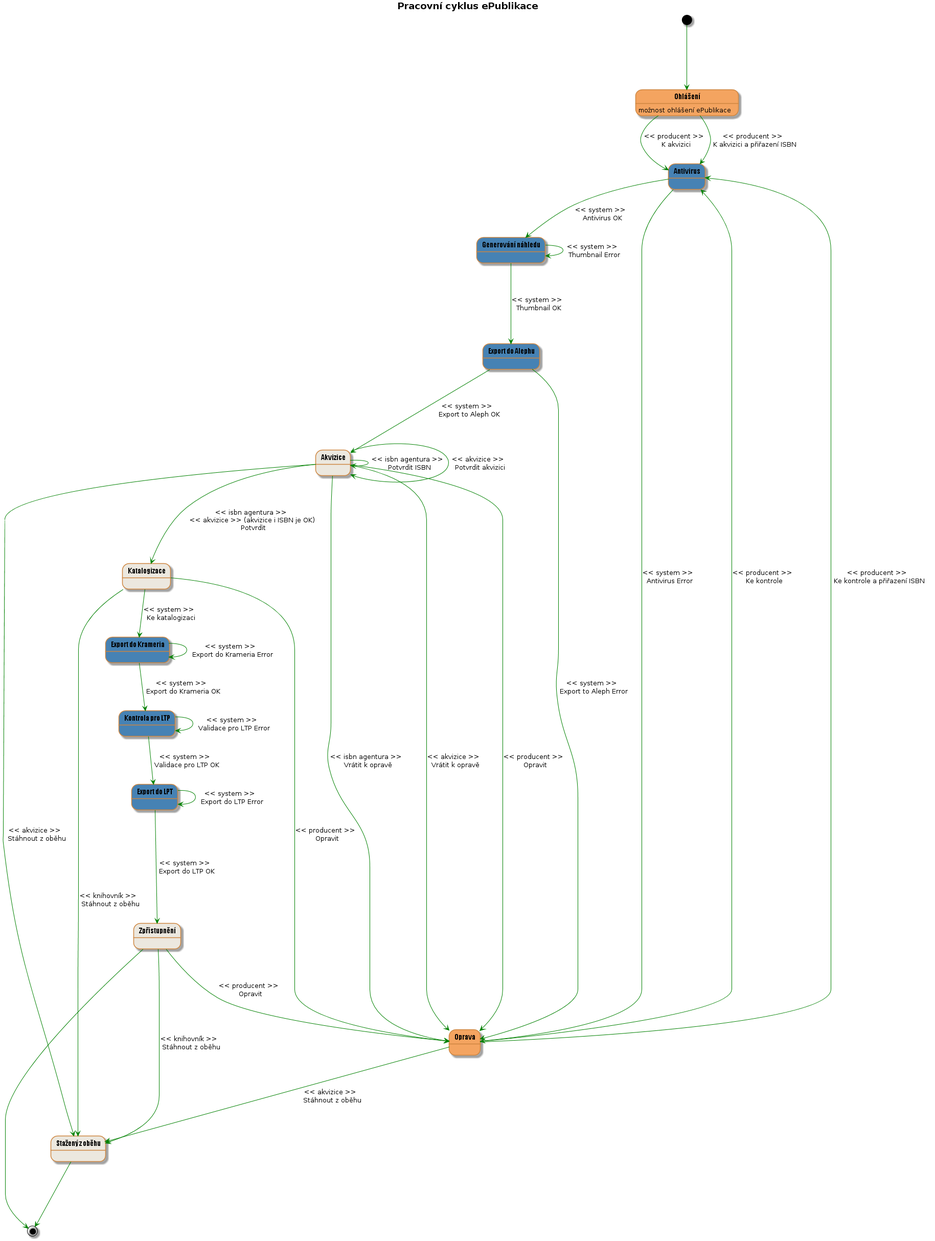
Above: docs/wf02.png in edeposit/edeposit.policy (PlantUML), before the change.
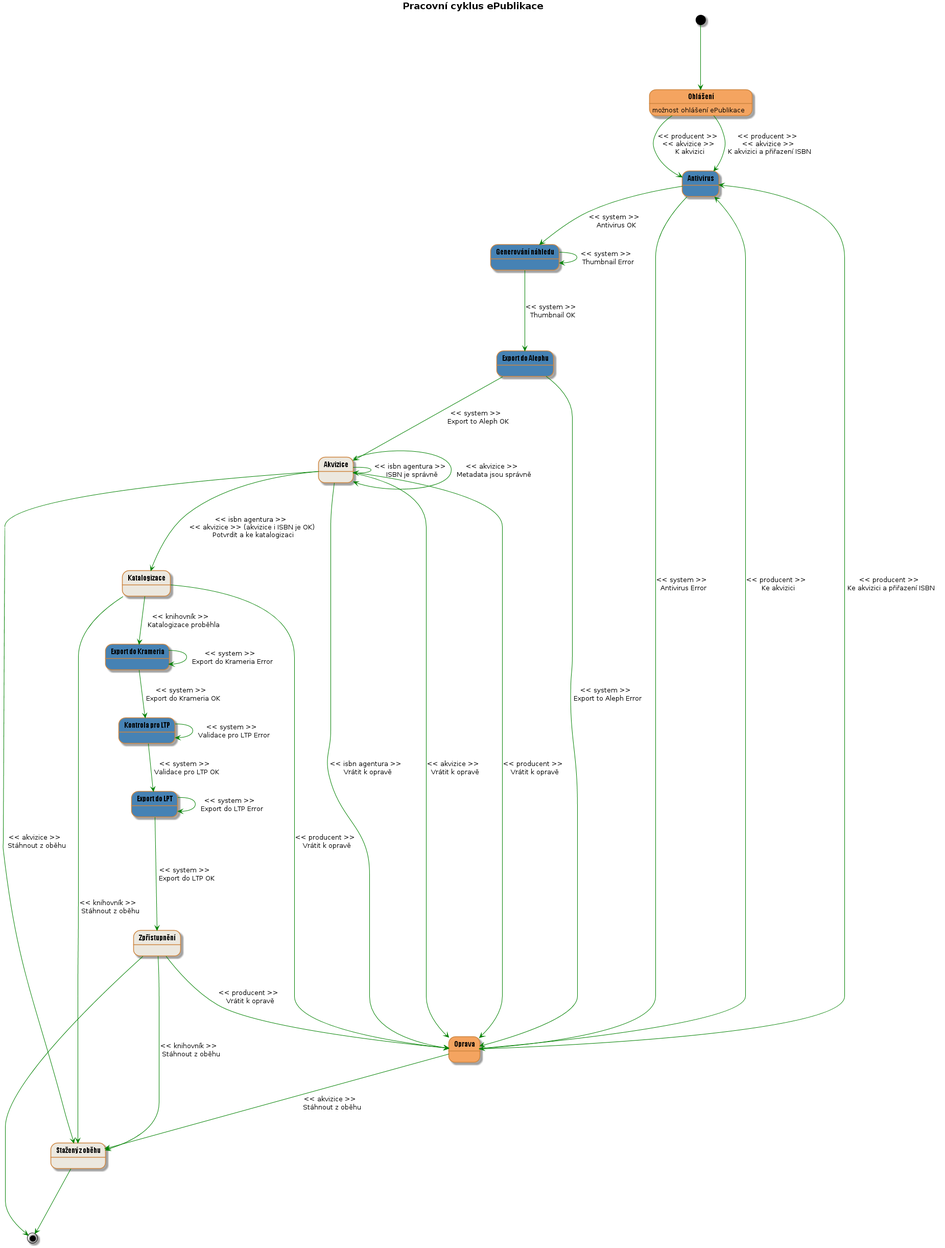
After the commit.

What changed in the source:
```diff
@@ -29,8 +29,8 @@
 
 [*] ---> declaration
 
-declaration --> antivirus : << producent >> \n K akvizici
-declaration --> antivirus : << producent >> \n K akvizici a p?i?azení ISBN
+declaration --> antivirus : << producent >> \n << akvizice >> \n K akvizici
+declaration --> antivirus : << producent >> \n << akvizice >> \n K akvizici a p?i?azení ISBN
 
 antivirus --> thumbnailGenerating : << system >> \n Antivirus OK
 antivirus --> declarationWithError : << system >> \n Antivirus Error
@@ -43,18 +43,18 @@
 
 acquisition ---> declarationWithError : << isbn agentura >> \n Vrátit k oprav?
 acquisition ---> declarationWithError : << akvizice >> \n Vrátit k oprav?
-acquisition ---> acquisition : << isbn agentura >> \n Potvrdit ISBN
-acquisition ---> acquisition : << akvizice >> \n Potvrdit akvizici
-acquisition ---> catalogization : << isbn agentura >> \n << akvizice >> (akvizice i ISBN je OK) \n Potvrdit
-acquisition ---> declarationWithError : << producent >> \n Opravit
+acquisition ---> acquisition : << isbn agentura >> \n ISBN je správn?
+acquisition ---> acquisition : << akvizice >> \n Metadata jsou správn?
+acquisition ---> catalogization : << isbn agentura >> \n << akvizice >> (akvizice i ISBN je OK) \n Potvrdit a ke katalogizaci
+acquisition ---> declarationWithError : << producent >> \n Vrátit k oprav?
 acquisition ---> withdrawn : << akvizice >> \n Stáhnout z ob?hu
 
-declarationWithError ---> antivirus : << producent >> \n Ke kontrole
-declarationWithError ---> antivirus : << producent >> \n Ke kontrole a p?i?azení ISBN
+declarationWithError ---> antivirus : << producent >> \n Ke akvizici
+declarationWithError ---> antivirus : << producent >> \n Ke akvizici a p?i?azení ISBN
 declarationWithError ---> withdrawn : << akvizice >> \n Stáhnout z ob?hu
 
-catalogization --> exportToKramerius : << system >> \n Ke katalogizaci
-catalogization --> declarationWithError : << producent >> \n Opravit
+catalogization --> exportToKramerius : << knihovník >> \n  Katalogizace prob?hla
+catalogization --> declarationWithError : << producent >> \n Vrátit k oprav?
 catalogization ---> withdrawn : << knihovník >> \n Stáhnout z ob?hu
 
 exportToKramerius --> validationForLTP : << system >> \n Export do Krameria OK
@@ -66,7 +66,7 @@
 exportToLTP ---> accessing : << system >> \n Export do LTP OK
 exportToLTP ---> exportToLTP : << system >> \n Export do LTP Error
 
-accessing ---> declarationWithError : << producent >> \n Opravit
+accessing ---> declarationWithError : << producent >> \n Vrátit k oprav?
 accessing ---> withdrawn : << knihovník >> \n Stáhnout z ob?hu
 
 accessing ---> [*]
```
